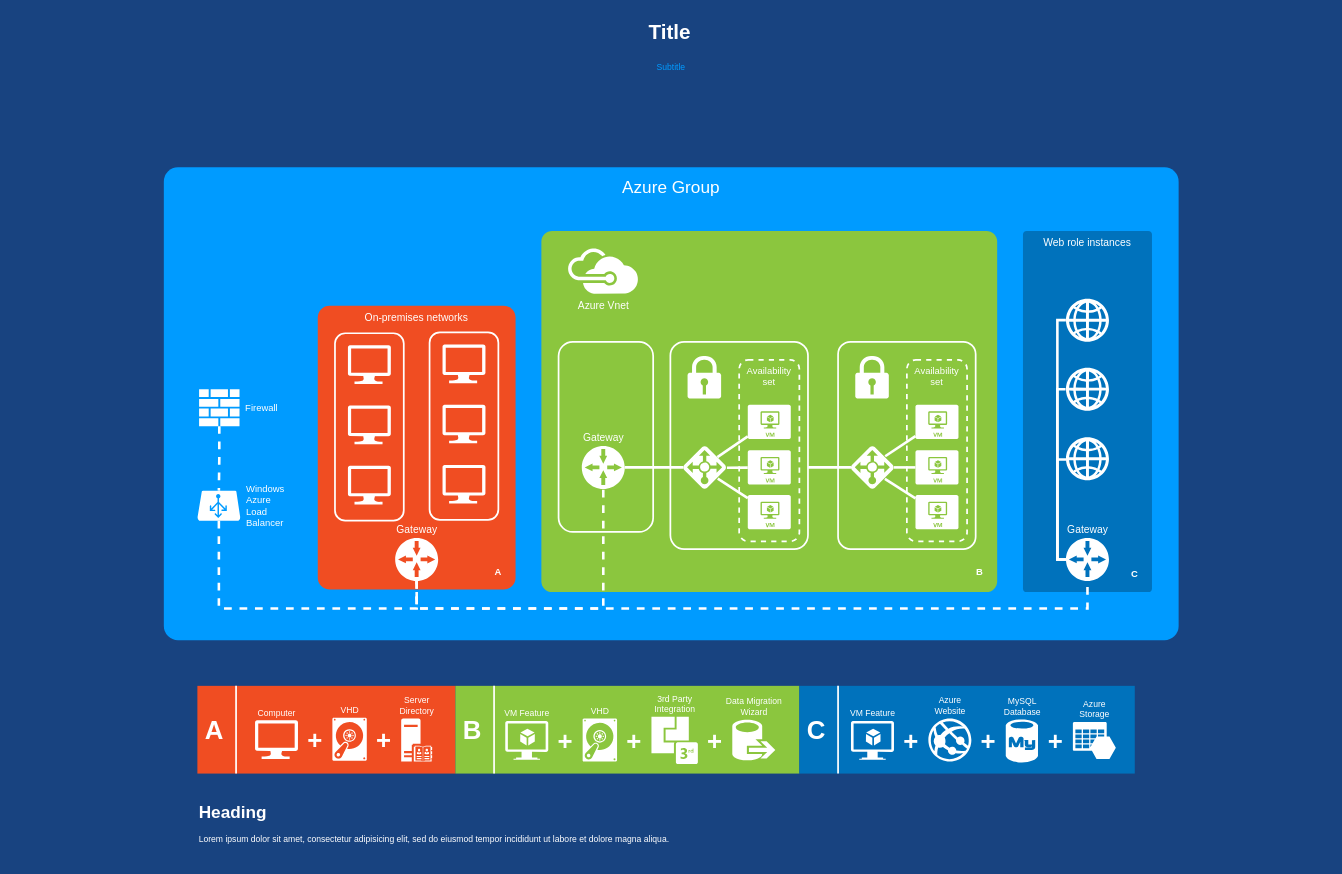
751754949/diagrams.net-Blog keeps this draw.io diagram as Untitled Diagram.drawio. Above is the earlier version. Source tidied: cells renumbered, new cells numbered last; positions are measured from the earlier drawing's top-left corner, leaving out a move shared by most shapes. Both pictures are drawn from the tidied source at 86%, with x=0, y=0 at pixel (15, 15).
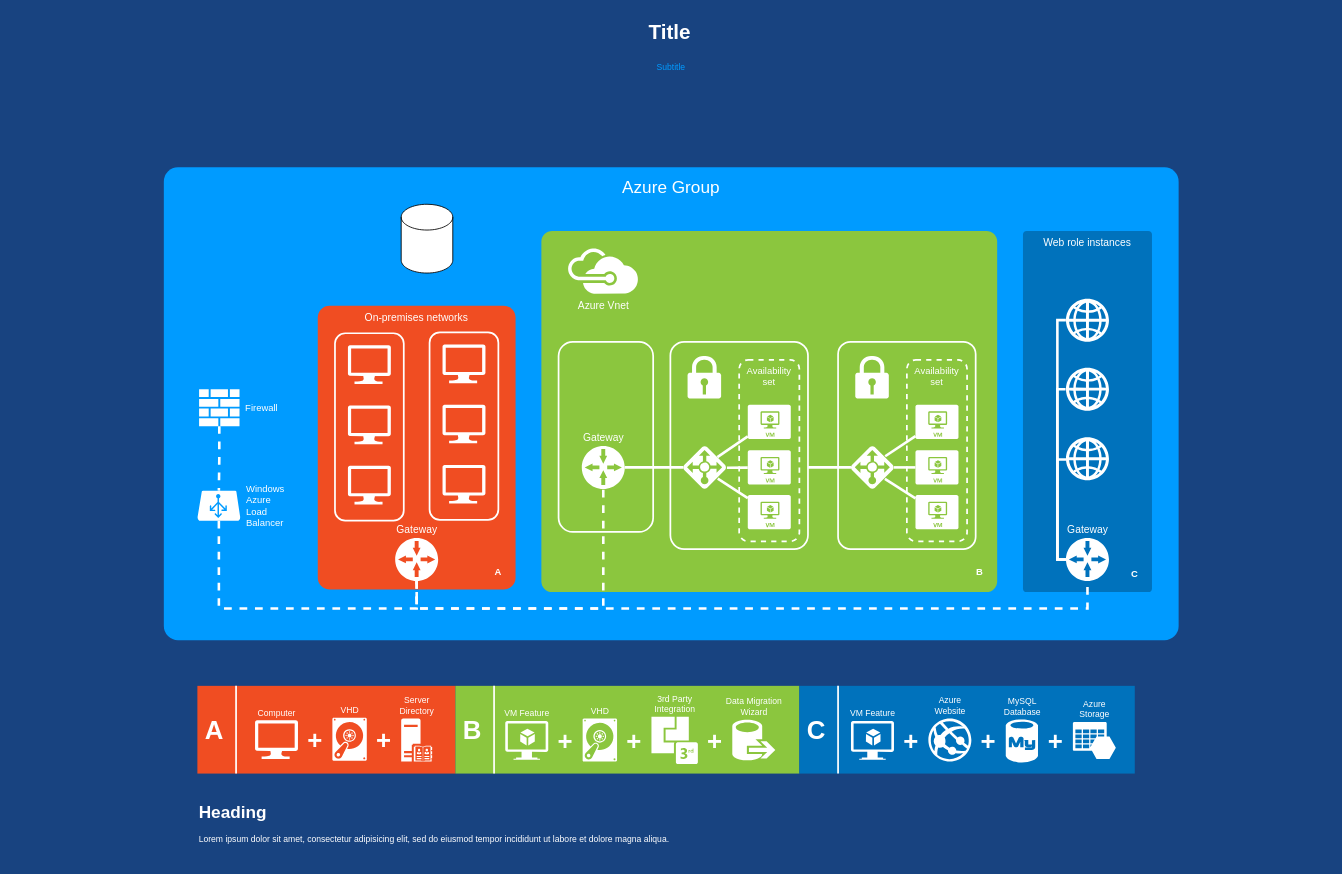
The same page after the edit.

The edit, as a diff of the source:
```diff
@@
+    <mxCell id="87" style="shape=cylinder3;whiteSpace=wrap;html=1;boundedLbl=1;backgroundOutline=1;size=15;" parent="1" vertex="1">
+      <mxGeometry x="449" y="220" width="60" height="80" as="geometry" />
+    </mxCell>
```
